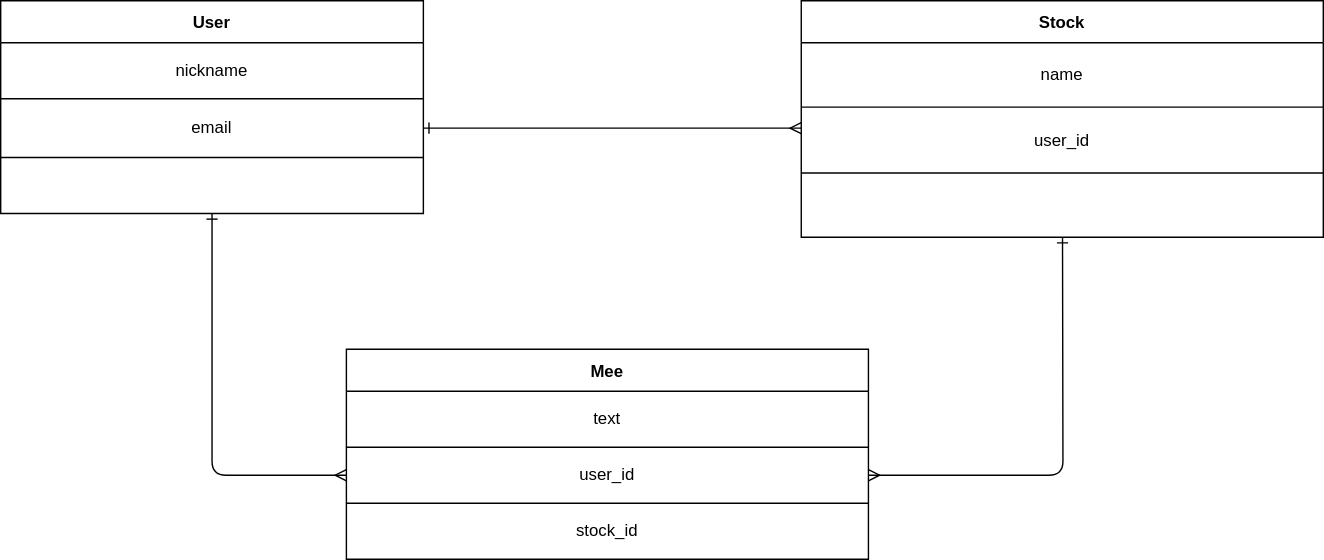
The draw.io diagram ER図.svg in kijima-line/stome, before a commit. Source tidied: cells renumbered, new cells last; positions are measured from the earlier drawing's top-left corner, leaving out a move shared by most shapes. Its diagram source:
```xml
<mxGraphModel background="#ffffff">
  <root>
    <mxCell id="0" />
    <mxCell id="1" parent="0" />
    <mxCell id="2" style="edgeStyle=none;html=1;entryX=0;entryY=0.5;entryDx=0;entryDy=0;fontColor=#000000;endArrow=ERmany;endFill=0;strokeColor=#000000;startArrow=ERone;startFill=0;" parent="1" edge="1" source="3" target="21">
      <mxGeometry relative="1" as="geometry">
        <Array as="points">
          <mxPoint x="151" y="339" />
        </Array>
      </mxGeometry>
    </mxCell>
    <mxCell id="3" value="User" style="shape=table;startSize=30;fontStyle=1;align=center;strokeColor=#000000;" parent="1" vertex="1">
      <mxGeometry width="302" height="152" as="geometry" />
    </mxCell>
    <mxCell id="4" style="shape=partialRectangle;html=1;whiteSpace=wrap;fillColor=none;top=0;left=0;bottom=0;right=0;" parent="3" vertex="1">
      <mxGeometry y="30" width="302" height="40" as="geometry" />
    </mxCell>
    <mxCell id="5" value="&lt;font color=&quot;#000000&quot;&gt;nickname&lt;/font&gt;" style="shape=partialRectangle;html=1;whiteSpace=wrap;fillColor=none;top=0;left=0;bottom=0;right=0;overflow=hidden;" parent="4" vertex="1">
      <mxGeometry width="302" height="40" as="geometry" />
    </mxCell>
    <mxCell id="6" style="shape=partialRectangle;html=1;whiteSpace=wrap;fillColor=none;top=0;left=0;bottom=0;right=0;points=[[0,0.5],[1,0.5]];portConstraint=eastwest;" parent="3" vertex="1">
      <mxGeometry y="70" width="302" height="42" as="geometry" />
    </mxCell>
    <mxCell id="7" value="&lt;font color=&quot;#000000&quot;&gt;email&lt;/font&gt;" style="shape=partialRectangle;html=1;whiteSpace=wrap;fillColor=none;top=0;left=0;bottom=0;right=0;overflow=hidden;" parent="6" vertex="1">
      <mxGeometry width="302" height="42" as="geometry" />
    </mxCell>
    <mxCell id="8" style="shape=partialRectangle;html=1;whiteSpace=wrap;fillColor=none;top=0;left=0;bottom=0;right=0;" parent="3" vertex="1">
      <mxGeometry y="112" width="302" height="40" as="geometry" />
    </mxCell>
    <mxCell id="9" style="shape=partialRectangle;html=1;whiteSpace=wrap;fillColor=none;top=0;left=0;bottom=0;right=0;overflow=hidden;" parent="8" vertex="1">
      <mxGeometry width="302" height="40" as="geometry" />
    </mxCell>
    <mxCell id="10" style="edgeStyle=none;html=1;entryX=1;entryY=0.5;entryDx=0;entryDy=0;fontColor=#000000;endArrow=ERmany;endFill=0;strokeColor=#000000;startArrow=ERone;startFill=0;" parent="1" edge="1" source="11" target="21">
      <mxGeometry relative="1" as="geometry">
        <Array as="points">
          <mxPoint x="759" y="339" />
        </Array>
      </mxGeometry>
    </mxCell>
    <mxCell id="11" value="Stock" style="shape=table;startSize=30;fontStyle=1;align=center;strokeColor=#000000;" parent="1" vertex="1">
      <mxGeometry x="572" width="373" height="169" as="geometry" />
    </mxCell>
    <mxCell id="12" style="shape=partialRectangle;html=1;whiteSpace=wrap;fillColor=none;top=0;left=0;bottom=0;right=0;" parent="11" vertex="1">
      <mxGeometry y="30" width="373" height="46" as="geometry" />
    </mxCell>
    <mxCell id="13" value="&lt;font color=&quot;#000000&quot;&gt;name&lt;/font&gt;" style="shape=partialRectangle;html=1;whiteSpace=wrap;fillColor=none;top=0;left=0;bottom=0;right=0;overflow=hidden;" parent="12" vertex="1">
      <mxGeometry width="373" height="46" as="geometry" />
    </mxCell>
    <mxCell id="14" style="shape=partialRectangle;html=1;whiteSpace=wrap;fillColor=none;top=0;left=0;bottom=0;right=0;points=[[0,0.5],[1,0.5]];portConstraint=eastwest;" parent="11" vertex="1">
      <mxGeometry y="76" width="373" height="47" as="geometry" />
    </mxCell>
    <mxCell id="15" value="&lt;font color=&quot;#000000&quot;&gt;user_id&lt;/font&gt;" style="shape=partialRectangle;html=1;whiteSpace=wrap;fillColor=none;top=0;left=0;bottom=0;right=0;overflow=hidden;" parent="14" vertex="1">
      <mxGeometry width="373" height="47" as="geometry" />
    </mxCell>
    <mxCell id="16" style="shape=partialRectangle;html=1;whiteSpace=wrap;fillColor=none;top=0;left=0;bottom=0;right=0;" parent="11" vertex="1">
      <mxGeometry y="123" width="373" height="46" as="geometry" />
    </mxCell>
    <mxCell id="17" style="shape=partialRectangle;html=1;whiteSpace=wrap;fillColor=none;top=0;left=0;bottom=0;right=0;overflow=hidden;" parent="16" vertex="1">
      <mxGeometry width="373" height="46" as="geometry" />
    </mxCell>
    <mxCell id="18" value="Mee" style="shape=table;startSize=30;fontStyle=1;align=center;strokeColor=#000000;" parent="1" vertex="1">
      <mxGeometry x="247" y="249" width="373" height="150" as="geometry" />
    </mxCell>
    <mxCell id="19" style="shape=partialRectangle;html=1;whiteSpace=wrap;fillColor=none;top=0;left=0;bottom=0;right=0;" parent="18" vertex="1">
      <mxGeometry y="30" width="373" height="40" as="geometry" />
    </mxCell>
    <mxCell id="20" value="&lt;font color=&quot;#000000&quot;&gt;text&lt;/font&gt;" style="shape=partialRectangle;html=1;whiteSpace=wrap;fillColor=none;top=0;left=0;bottom=0;right=0;overflow=hidden;" parent="19" vertex="1">
      <mxGeometry width="373" height="40" as="geometry" />
    </mxCell>
    <mxCell id="21" style="shape=partialRectangle;html=1;whiteSpace=wrap;fillColor=none;top=0;left=0;bottom=0;right=0;points=[[0,0.5],[1,0.5]];portConstraint=eastwest;" parent="18" vertex="1">
      <mxGeometry y="70" width="373" height="40" as="geometry" />
    </mxCell>
    <mxCell id="22" value="&lt;font color=&quot;#000000&quot;&gt;user_id&lt;/font&gt;" style="shape=partialRectangle;html=1;whiteSpace=wrap;fillColor=none;top=0;left=0;bottom=0;right=0;overflow=hidden;" parent="21" vertex="1">
      <mxGeometry width="373" height="40" as="geometry" />
    </mxCell>
    <mxCell id="23" style="shape=partialRectangle;html=1;whiteSpace=wrap;fillColor=none;top=0;left=0;bottom=0;right=0;" parent="18" vertex="1">
      <mxGeometry y="110" width="373" height="40" as="geometry" />
    </mxCell>
    <mxCell id="24" value="&lt;font color=&quot;#000000&quot;&gt;stock_id&lt;/font&gt;" style="shape=partialRectangle;html=1;whiteSpace=wrap;fillColor=none;top=0;left=0;bottom=0;right=0;overflow=hidden;" parent="23" vertex="1">
      <mxGeometry width="373" height="40" as="geometry" />
    </mxCell>
    <mxCell id="25" style="edgeStyle=none;html=1;exitX=1;exitY=0.5;exitDx=0;exitDy=0;entryX=0;entryY=0.319;entryDx=0;entryDy=0;fontColor=#000000;endArrow=ERmany;endFill=0;strokeColor=#000000;entryPerimeter=0;startArrow=ERone;startFill=0;" parent="1" edge="1" source="6" target="14">
      <mxGeometry relative="1" as="geometry" />
    </mxCell>
  </root>
</mxGraphModel>
```
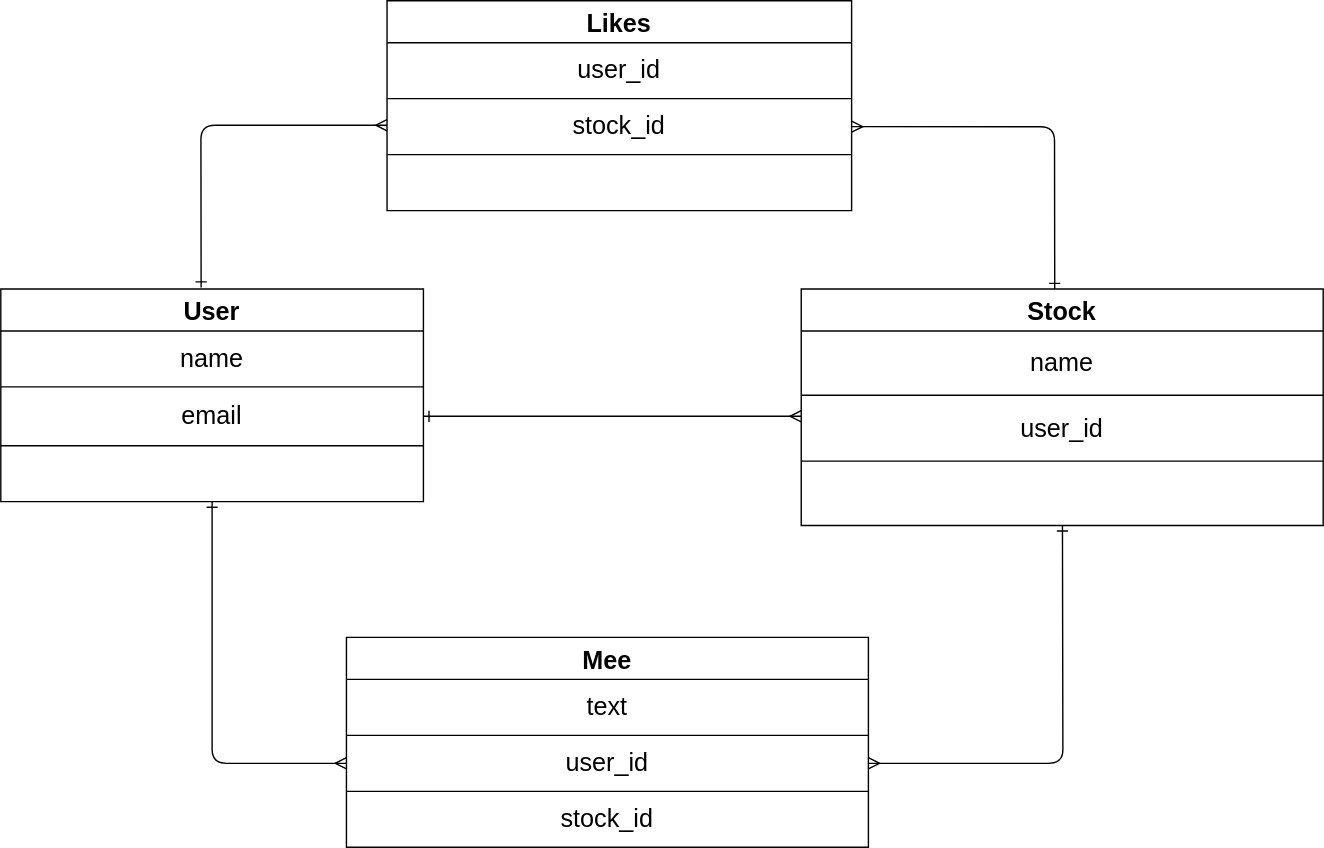
After the change.

What changed in the source:
```diff
@@ -2,85 +2,122 @@
   <root>
     <mxCell id="0" />
     <mxCell id="1" parent="0" />
-    <mxCell id="2" style="edgeStyle=none;html=1;entryX=0;entryY=0.5;entryDx=0;entryDy=0;fontColor=#000000;endArrow=ERmany;endFill=0;strokeColor=#000000;startArrow=ERone;startFill=0;" parent="1" edge="1" source="3" target="21">
+    <mxCell id="2" style="edgeStyle=none;html=1;entryX=0;entryY=0.5;entryDx=0;entryDy=0;fontColor=#000000;endArrow=ERmany;endFill=0;strokeColor=#000000;startArrow=ERone;startFill=0;fontSize=18;" parent="1" edge="1" source="3" target="21">
       <mxGeometry relative="1" as="geometry">
         <Array as="points">
           <mxPoint x="151" y="339" />
         </Array>
       </mxGeometry>
     </mxCell>
-    <mxCell id="3" value="User" style="shape=table;startSize=30;fontStyle=1;align=center;strokeColor=#000000;" parent="1" vertex="1">
+    <mxCell id="3" value="User" style="shape=table;startSize=30;fontStyle=1;align=center;strokeColor=#000000;fontSize=18;" parent="1" vertex="1">
       <mxGeometry width="302" height="152" as="geometry" />
     </mxCell>
-    <mxCell id="4" style="shape=partialRectangle;html=1;whiteSpace=wrap;fillColor=none;top=0;left=0;bottom=0;right=0;" parent="3" vertex="1">
+    <mxCell id="4" style="shape=partialRectangle;html=1;whiteSpace=wrap;fillColor=none;top=0;left=0;bottom=0;right=0;fontSize=18;" parent="3" vertex="1">
       <mxGeometry y="30" width="302" height="40" as="geometry" />
     </mxCell>
-    <mxCell id="5" value="&lt;font color=&quot;#000000&quot;&gt;nickname&lt;/font&gt;" style="shape=partialRectangle;html=1;whiteSpace=wrap;fillColor=none;top=0;left=0;bottom=0;right=0;overflow=hidden;" parent="4" vertex="1">
+    <mxCell id="5" value="&lt;font color=&quot;#000000&quot; style=&quot;font-size: 18px&quot;&gt;name&lt;/font&gt;" style="shape=partialRectangle;html=1;whiteSpace=wrap;fillColor=none;top=0;left=0;bottom=0;right=0;overflow=hidden;fontSize=18;" parent="4" vertex="1">
       <mxGeometry width="302" height="40" as="geometry" />
     </mxCell>
-    <mxCell id="6" style="shape=partialRectangle;html=1;whiteSpace=wrap;fillColor=none;top=0;left=0;bottom=0;right=0;points=[[0,0.5],[1,0.5]];portConstraint=eastwest;" parent="3" vertex="1">
+    <mxCell id="6" style="shape=partialRectangle;html=1;whiteSpace=wrap;fillColor=none;top=0;left=0;bottom=0;right=0;points=[[0,0.5],[1,0.5]];portConstraint=eastwest;fontSize=18;" parent="3" vertex="1">
       <mxGeometry y="70" width="302" height="42" as="geometry" />
     </mxCell>
-    <mxCell id="7" value="&lt;font color=&quot;#000000&quot;&gt;email&lt;/font&gt;" style="shape=partialRectangle;html=1;whiteSpace=wrap;fillColor=none;top=0;left=0;bottom=0;right=0;overflow=hidden;" parent="6" vertex="1">
+    <mxCell id="7" value="&lt;font color=&quot;#000000&quot; style=&quot;font-size: 18px;&quot;&gt;email&lt;/font&gt;" style="shape=partialRectangle;html=1;whiteSpace=wrap;fillColor=none;top=0;left=0;bottom=0;right=0;overflow=hidden;fontSize=18;" parent="6" vertex="1">
       <mxGeometry width="302" height="42" as="geometry" />
     </mxCell>
-    <mxCell id="8" style="shape=partialRectangle;html=1;whiteSpace=wrap;fillColor=none;top=0;left=0;bottom=0;right=0;" parent="3" vertex="1">
+    <mxCell id="8" style="shape=partialRectangle;html=1;whiteSpace=wrap;fillColor=none;top=0;left=0;bottom=0;right=0;fontSize=18;" parent="3" vertex="1">
       <mxGeometry y="112" width="302" height="40" as="geometry" />
     </mxCell>
-    <mxCell id="9" style="shape=partialRectangle;html=1;whiteSpace=wrap;fillColor=none;top=0;left=0;bottom=0;right=0;overflow=hidden;" parent="8" vertex="1">
+    <mxCell id="9" style="shape=partialRectangle;html=1;whiteSpace=wrap;fillColor=none;top=0;left=0;bottom=0;right=0;overflow=hidden;fontSize=18;" parent="8" vertex="1">
       <mxGeometry width="302" height="40" as="geometry" />
     </mxCell>
-    <mxCell id="10" style="edgeStyle=none;html=1;entryX=1;entryY=0.5;entryDx=0;entryDy=0;fontColor=#000000;endArrow=ERmany;endFill=0;strokeColor=#000000;startArrow=ERone;startFill=0;" parent="1" edge="1" source="11" target="21">
+    <mxCell id="10" style="edgeStyle=none;html=1;entryX=1;entryY=0.5;entryDx=0;entryDy=0;fontColor=#000000;endArrow=ERmany;endFill=0;strokeColor=#000000;startArrow=ERone;startFill=0;fontSize=18;" parent="1" edge="1" source="11" target="21">
       <mxGeometry relative="1" as="geometry">
         <Array as="points">
           <mxPoint x="759" y="339" />
         </Array>
       </mxGeometry>
     </mxCell>
-    <mxCell id="11" value="Stock" style="shape=table;startSize=30;fontStyle=1;align=center;strokeColor=#000000;" parent="1" vertex="1">
+    <mxCell id="11" value="Stock" style="shape=table;startSize=30;fontStyle=1;align=center;strokeColor=#000000;fontSize=18;" parent="1" vertex="1">
       <mxGeometry x="572" width="373" height="169" as="geometry" />
     </mxCell>
-    <mxCell id="12" style="shape=partialRectangle;html=1;whiteSpace=wrap;fillColor=none;top=0;left=0;bottom=0;right=0;" parent="11" vertex="1">
+    <mxCell id="12" style="shape=partialRectangle;html=1;whiteSpace=wrap;fillColor=none;top=0;left=0;bottom=0;right=0;fontSize=18;" parent="11" vertex="1">
       <mxGeometry y="30" width="373" height="46" as="geometry" />
     </mxCell>
-    <mxCell id="13" value="&lt;font color=&quot;#000000&quot;&gt;name&lt;/font&gt;" style="shape=partialRectangle;html=1;whiteSpace=wrap;fillColor=none;top=0;left=0;bottom=0;right=0;overflow=hidden;" parent="12" vertex="1">
+    <mxCell id="13" value="&lt;font color=&quot;#000000&quot; style=&quot;font-size: 18px;&quot;&gt;name&lt;/font&gt;" style="shape=partialRectangle;html=1;whiteSpace=wrap;fillColor=none;top=0;left=0;bottom=0;right=0;overflow=hidden;fontSize=18;" parent="12" vertex="1">
       <mxGeometry width="373" height="46" as="geometry" />
     </mxCell>
-    <mxCell id="14" style="shape=partialRectangle;html=1;whiteSpace=wrap;fillColor=none;top=0;left=0;bottom=0;right=0;points=[[0,0.5],[1,0.5]];portConstraint=eastwest;" parent="11" vertex="1">
+    <mxCell id="14" style="shape=partialRectangle;html=1;whiteSpace=wrap;fillColor=none;top=0;left=0;bottom=0;right=0;points=[[0,0.5],[1,0.5]];portConstraint=eastwest;fontSize=18;" parent="11" vertex="1">
       <mxGeometry y="76" width="373" height="47" as="geometry" />
     </mxCell>
-    <mxCell id="15" value="&lt;font color=&quot;#000000&quot;&gt;user_id&lt;/font&gt;" style="shape=partialRectangle;html=1;whiteSpace=wrap;fillColor=none;top=0;left=0;bottom=0;right=0;overflow=hidden;" parent="14" vertex="1">
+    <mxCell id="15" value="&lt;font color=&quot;#000000&quot; style=&quot;font-size: 18px;&quot;&gt;user_id&lt;/font&gt;" style="shape=partialRectangle;html=1;whiteSpace=wrap;fillColor=none;top=0;left=0;bottom=0;right=0;overflow=hidden;fontSize=18;" parent="14" vertex="1">
       <mxGeometry width="373" height="47" as="geometry" />
     </mxCell>
-    <mxCell id="16" style="shape=partialRectangle;html=1;whiteSpace=wrap;fillColor=none;top=0;left=0;bottom=0;right=0;" parent="11" vertex="1">
+    <mxCell id="16" style="shape=partialRectangle;html=1;whiteSpace=wrap;fillColor=none;top=0;left=0;bottom=0;right=0;fontSize=18;" parent="11" vertex="1">
       <mxGeometry y="123" width="373" height="46" as="geometry" />
     </mxCell>
-    <mxCell id="17" style="shape=partialRectangle;html=1;whiteSpace=wrap;fillColor=none;top=0;left=0;bottom=0;right=0;overflow=hidden;" parent="16" vertex="1">
+    <mxCell id="17" style="shape=partialRectangle;html=1;whiteSpace=wrap;fillColor=none;top=0;left=0;bottom=0;right=0;overflow=hidden;fontSize=18;" parent="16" vertex="1">
       <mxGeometry width="373" height="46" as="geometry" />
     </mxCell>
-    <mxCell id="18" value="Mee" style="shape=table;startSize=30;fontStyle=1;align=center;strokeColor=#000000;" parent="1" vertex="1">
+    <mxCell id="18" value="Mee" style="shape=table;startSize=30;fontStyle=1;align=center;strokeColor=#000000;fontSize=18;" parent="1" vertex="1">
       <mxGeometry x="247" y="249" width="373" height="150" as="geometry" />
     </mxCell>
-    <mxCell id="19" style="shape=partialRectangle;html=1;whiteSpace=wrap;fillColor=none;top=0;left=0;bottom=0;right=0;" parent="18" vertex="1">
+    <mxCell id="19" style="shape=partialRectangle;html=1;whiteSpace=wrap;fillColor=none;top=0;left=0;bottom=0;right=0;fontSize=18;" parent="18" vertex="1">
       <mxGeometry y="30" width="373" height="40" as="geometry" />
     </mxCell>
-    <mxCell id="20" value="&lt;font color=&quot;#000000&quot;&gt;text&lt;/font&gt;" style="shape=partialRectangle;html=1;whiteSpace=wrap;fillColor=none;top=0;left=0;bottom=0;right=0;overflow=hidden;" parent="19" vertex="1">
+    <mxCell id="20" value="&lt;font color=&quot;#000000&quot; style=&quot;font-size: 18px;&quot;&gt;text&lt;/font&gt;" style="shape=partialRectangle;html=1;whiteSpace=wrap;fillColor=none;top=0;left=0;bottom=0;right=0;overflow=hidden;fontSize=18;" parent="19" vertex="1">
       <mxGeometry width="373" height="40" as="geometry" />
     </mxCell>
-    <mxCell id="21" style="shape=partialRectangle;html=1;whiteSpace=wrap;fillColor=none;top=0;left=0;bottom=0;right=0;points=[[0,0.5],[1,0.5]];portConstraint=eastwest;" parent="18" vertex="1">
+    <mxCell id="21" style="shape=partialRectangle;html=1;whiteSpace=wrap;fillColor=none;top=0;left=0;bottom=0;right=0;points=[[0,0.5],[1,0.5]];portConstraint=eastwest;fontSize=18;" parent="18" vertex="1">
       <mxGeometry y="70" width="373" height="40" as="geometry" />
     </mxCell>
-    <mxCell id="22" value="&lt;font color=&quot;#000000&quot;&gt;user_id&lt;/font&gt;" style="shape=partialRectangle;html=1;whiteSpace=wrap;fillColor=none;top=0;left=0;bottom=0;right=0;overflow=hidden;" parent="21" vertex="1">
+    <mxCell id="22" value="&lt;font color=&quot;#000000&quot; style=&quot;font-size: 18px;&quot;&gt;user_id&lt;/font&gt;" style="shape=partialRectangle;html=1;whiteSpace=wrap;fillColor=none;top=0;left=0;bottom=0;right=0;overflow=hidden;fontSize=18;" parent="21" vertex="1">
       <mxGeometry width="373" height="40" as="geometry" />
     </mxCell>
-    <mxCell id="23" style="shape=partialRectangle;html=1;whiteSpace=wrap;fillColor=none;top=0;left=0;bottom=0;right=0;" parent="18" vertex="1">
+    <mxCell id="23" style="shape=partialRectangle;html=1;whiteSpace=wrap;fillColor=none;top=0;left=0;bottom=0;right=0;fontSize=18;" parent="18" vertex="1">
       <mxGeometry y="110" width="373" height="40" as="geometry" />
     </mxCell>
-    <mxCell id="24" value="&lt;font color=&quot;#000000&quot;&gt;stock_id&lt;/font&gt;" style="shape=partialRectangle;html=1;whiteSpace=wrap;fillColor=none;top=0;left=0;bottom=0;right=0;overflow=hidden;" parent="23" vertex="1">
+    <mxCell id="24" value="&lt;font color=&quot;#000000&quot; style=&quot;font-size: 18px;&quot;&gt;stock_id&lt;/font&gt;" style="shape=partialRectangle;html=1;whiteSpace=wrap;fillColor=none;top=0;left=0;bottom=0;right=0;overflow=hidden;fontSize=18;" parent="23" vertex="1">
       <mxGeometry width="373" height="40" as="geometry" />
     </mxCell>
-    <mxCell id="25" style="edgeStyle=none;html=1;exitX=1;exitY=0.5;exitDx=0;exitDy=0;entryX=0;entryY=0.319;entryDx=0;entryDy=0;fontColor=#000000;endArrow=ERmany;endFill=0;strokeColor=#000000;entryPerimeter=0;startArrow=ERone;startFill=0;" parent="1" edge="1" source="6" target="14">
+    <mxCell id="25" style="edgeStyle=none;html=1;exitX=1;exitY=0.5;exitDx=0;exitDy=0;entryX=0;entryY=0.319;entryDx=0;entryDy=0;fontColor=#000000;endArrow=ERmany;endFill=0;strokeColor=#000000;entryPerimeter=0;startArrow=ERone;startFill=0;fontSize=18;" parent="1" edge="1" source="6" target="14">
       <mxGeometry relative="1" as="geometry" />
     </mxCell>
+    <mxCell id="26" value="Likes" style="shape=table;startSize=30;fontStyle=1;align=center;strokeColor=#000000;fontSize=18;" parent="1" vertex="1">
+      <mxGeometry x="276" y="-206" width="332" height="150" as="geometry" />
+    </mxCell>
+    <mxCell id="27" style="shape=partialRectangle;html=1;whiteSpace=wrap;fillColor=none;top=0;left=0;bottom=0;right=0;fontSize=18;" parent="26" vertex="1">
+      <mxGeometry y="30" width="332" height="40" as="geometry" />
+    </mxCell>
+    <mxCell id="28" value="user_id" style="shape=partialRectangle;html=1;whiteSpace=wrap;fillColor=none;top=0;left=0;bottom=0;right=0;overflow=hidden;fontSize=18;fontColor=#000000;" parent="27" vertex="1">
+      <mxGeometry width="332" height="40" as="geometry" />
+    </mxCell>
+    <mxCell id="29" style="shape=partialRectangle;html=1;whiteSpace=wrap;fillColor=none;top=0;left=0;bottom=0;right=0;points=[[0,0.5],[1,0.5]];portConstraint=eastwest;fontSize=18;" parent="26" vertex="1">
+      <mxGeometry y="70" width="332" height="40" as="geometry" />
+    </mxCell>
+    <mxCell id="30" value="stock_id" style="shape=partialRectangle;html=1;whiteSpace=wrap;fillColor=none;top=0;left=0;bottom=0;right=0;overflow=hidden;fontSize=18;fontColor=#000000;" parent="29" vertex="1">
+      <mxGeometry width="332" height="40" as="geometry" />
+    </mxCell>
+    <mxCell id="31" style="shape=partialRectangle;html=1;whiteSpace=wrap;fillColor=none;top=0;left=0;bottom=0;right=0;fontSize=18;" parent="26" vertex="1">
+      <mxGeometry y="110" width="332" height="40" as="geometry" />
+    </mxCell>
+    <mxCell id="32" style="shape=partialRectangle;html=1;whiteSpace=wrap;fillColor=none;top=0;left=0;bottom=0;right=0;overflow=hidden;fontSize=18;fontColor=#000000;" parent="31" vertex="1">
+      <mxGeometry width="332" height="40" as="geometry" />
+    </mxCell>
+    <mxCell id="33" style="edgeStyle=none;html=1;entryX=0;entryY=0.319;entryDx=0;entryDy=0;fontColor=#000000;endArrow=ERmany;endFill=0;strokeColor=#000000;entryPerimeter=0;startArrow=ERone;startFill=0;fontSize=18;exitX=0.474;exitY=-0.007;exitDx=0;exitDy=0;exitPerimeter=0;" parent="1" edge="1" source="3">
+      <mxGeometry relative="1" as="geometry">
+        <mxPoint x="276" y="-117" as="targetPoint" />
+        <Array as="points">
+          <mxPoint x="143" y="-117" />
+        </Array>
+      </mxGeometry>
+    </mxCell>
+    <mxCell id="34" style="edgeStyle=none;html=1;entryX=1;entryY=0.5;entryDx=0;entryDy=0;fontColor=#000000;endArrow=ERmany;endFill=0;strokeColor=#000000;startArrow=ERone;startFill=0;fontSize=18;exitX=0.474;exitY=-0.007;exitDx=0;exitDy=0;exitPerimeter=0;" parent="1" edge="1" target="29">
+      <mxGeometry relative="1" as="geometry">
+        <mxPoint x="753.1" as="sourcePoint" />
+        <Array as="points">
+          <mxPoint x="753" y="-115.9" />
+        </Array>
+      </mxGeometry>
+    </mxCell>
   </root>
 </mxGraphModel>
```
